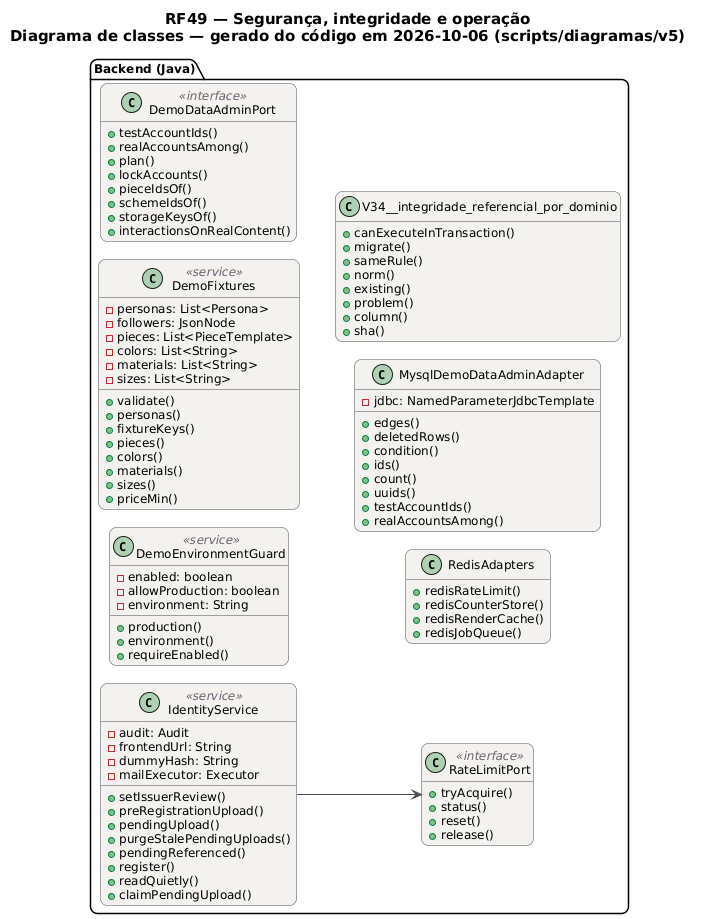
Before: docs/diagramas/RF49/RF49_Classes.png, a diagram exported from PlantUML (MatheusHaliski/tcc-2026-fashion-ai-backend).
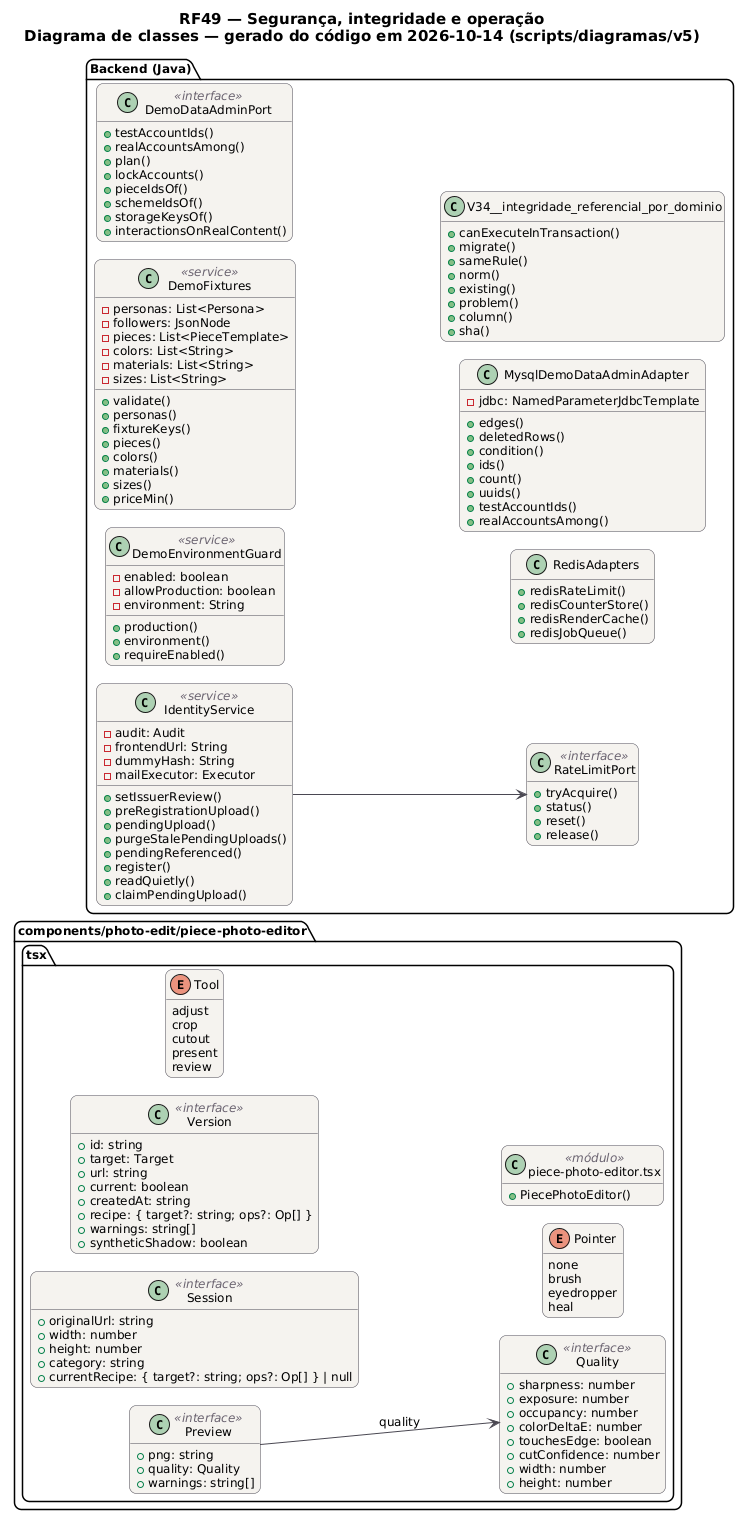
The same file after the commit.

Diff of the diagram source:
```diff
@@ -20,8 +20,58 @@
 }
 hide empty members
 left to right direction
-title RF49 — Segurança, integridade e operação\nDiagrama de classes — gerado do código em 2026-10-06 (scripts/diagramas/v5)
+title RF49 — Segurança, integridade e operação\nDiagrama de classes — gerado do código em 2026-10-14 (scripts/diagramas/v5)
 
+package "components/photo-edit/piece-photo-editor.tsx" {
+  class Session as "Session" <<interface>> {
+    +originalUrl: string
+    +width: number
+    +height: number
+    +category: string
+    +currentRecipe: { target?: string; ops?: Op[] } | null
+  }
+  class Quality as "Quality" <<interface>> {
+    +sharpness: number
+    +exposure: number
+    +occupancy: number
+    +colorDeltaE: number
+    +touchesEdge: boolean
+    +cutConfidence: number
+    +width: number
+    +height: number
+  }
+  class Version as "Version" <<interface>> {
+    +id: string
+    +target: Target
+    +url: string
+    +current: boolean
+    +createdAt: string
+    +recipe: { target?: string; ops?: Op[] }
+    +warnings: string[]
+    +syntheticShadow: boolean
+  }
+  class Preview as "Preview" <<interface>> {
+    +png: string
+    +quality: Quality
+    +warnings: string[]
+  }
+  enum Tool as "Tool" {
+    adjust
+    crop
+    cutout
+    present
+    review
+  }
+  enum Pointer as "Pointer" {
+    none
+    brush
+    eyedropper
+    heal
+  }
+  class mod_piece_photo_editor_tsx as "piece-photo-editor.tsx" <<módulo>> {
+    +PiecePhotoEditor()
+  }
+}
 package "Backend (Java)" {
   class DemoEnvironmentGuard <<service>> {
     -enabled: boolean
@@ -106,4 +156,5 @@
   }
 }
 IdentityService --> RateLimitPort
+Preview --> Quality : quality
 @enduml
```
